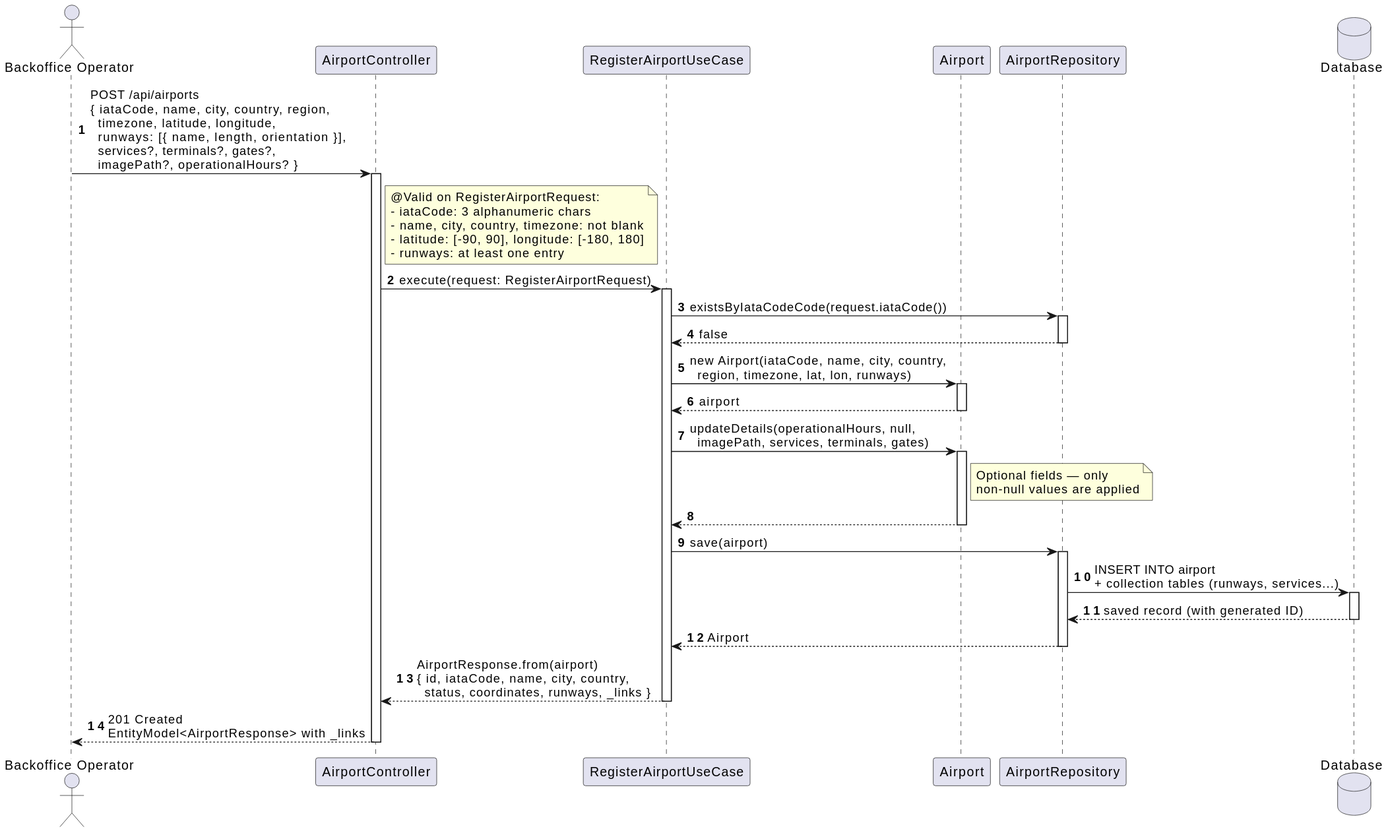
VascoMagolo/psoft_1231562_1241692_1242036_2db keeps this PlantUML diagram as docs/system-documentation/use-cases/WP2A/US106/svg/sd_us106.svg. Above is the earlier version.
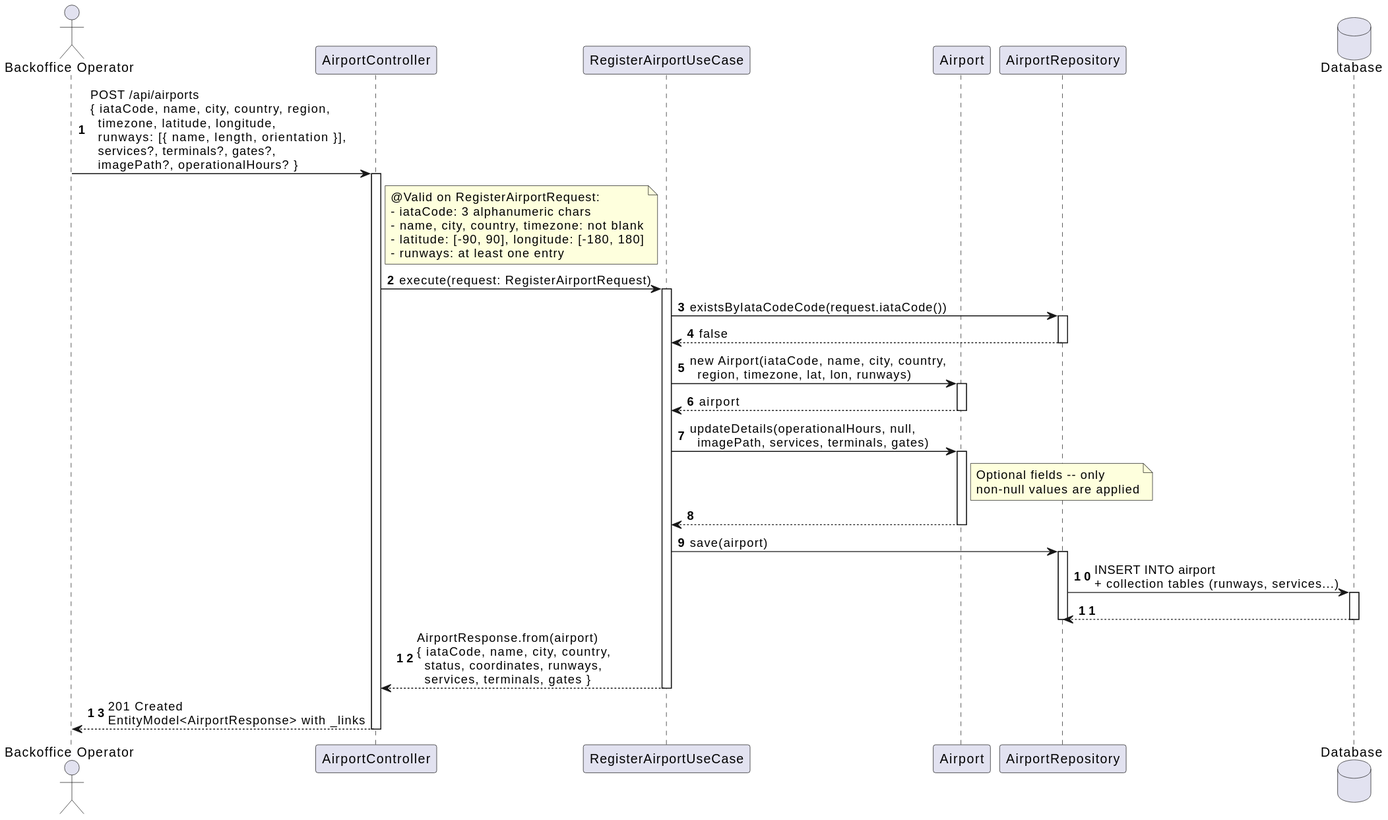
The same file after the commit.

Change to the diagram source:
```diff
@@ -33,7 +33,7 @@
 
 UC -> Entity : updateDetails(operationalHours, null,\n  imagePath, services, terminals, gates)
 activate Entity
-note right of Entity : Optional fields — only\nnon-null values are applied
+note right of Entity : Optional fields -- only\nnon-null values are applied
 Entity --> UC
 deactivate Entity
 
@@ -41,12 +41,11 @@
 activate Repo
 Repo -> DB : INSERT INTO airport\n+ collection tables (runways, services...)
 activate DB
-DB --> Repo : saved record (with generated ID)
+DB --> Repo
 deactivate DB
-Repo --> UC : Airport
 deactivate Repo
 
-UC --> Ctrl : AirportResponse.from(airport)\n{ id, iataCode, name, city, country,\n  status, coordinates, runways, _links }
+UC --> Ctrl : AirportResponse.from(airport)\n{ iataCode, name, city, country,\n  status, coordinates, runways,\n  services, terminals, gates }
 deactivate UC
 
 Ctrl --> BO : 201 Created\nEntityModel<AirportResponse> with _links
```
